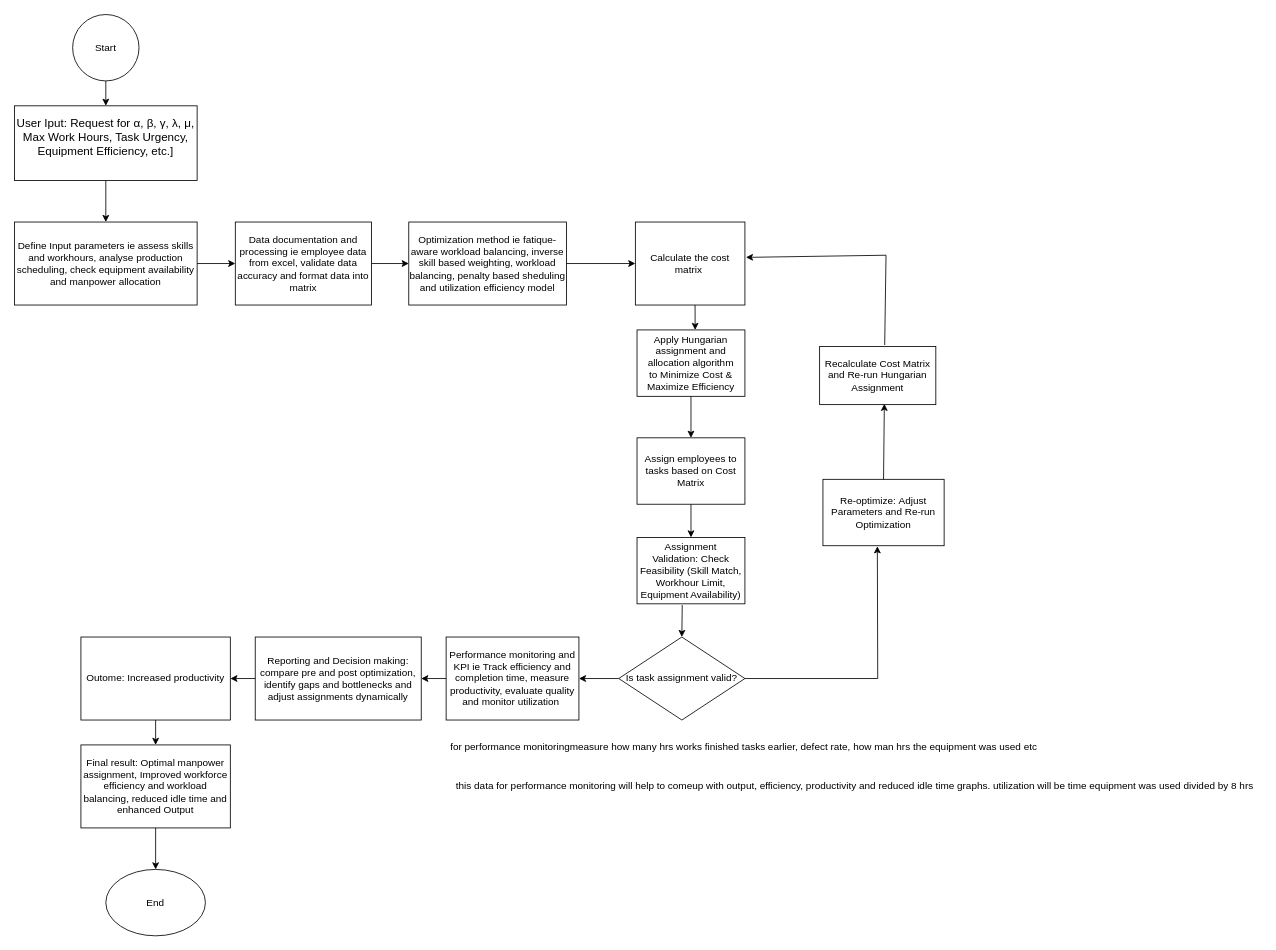
mataragerald/manpower-optimization keeps this draw.io diagram as Concept Model.drawio. Above is the earlier version. Source tidied: cells renumbered, new cells numbered last; positions are measured from the earlier drawing's top-left corner, leaving out a move shared by most shapes. Both pictures are drawn from the tidied source at 83%, with x=0, y=0 at pixel (14, 14).
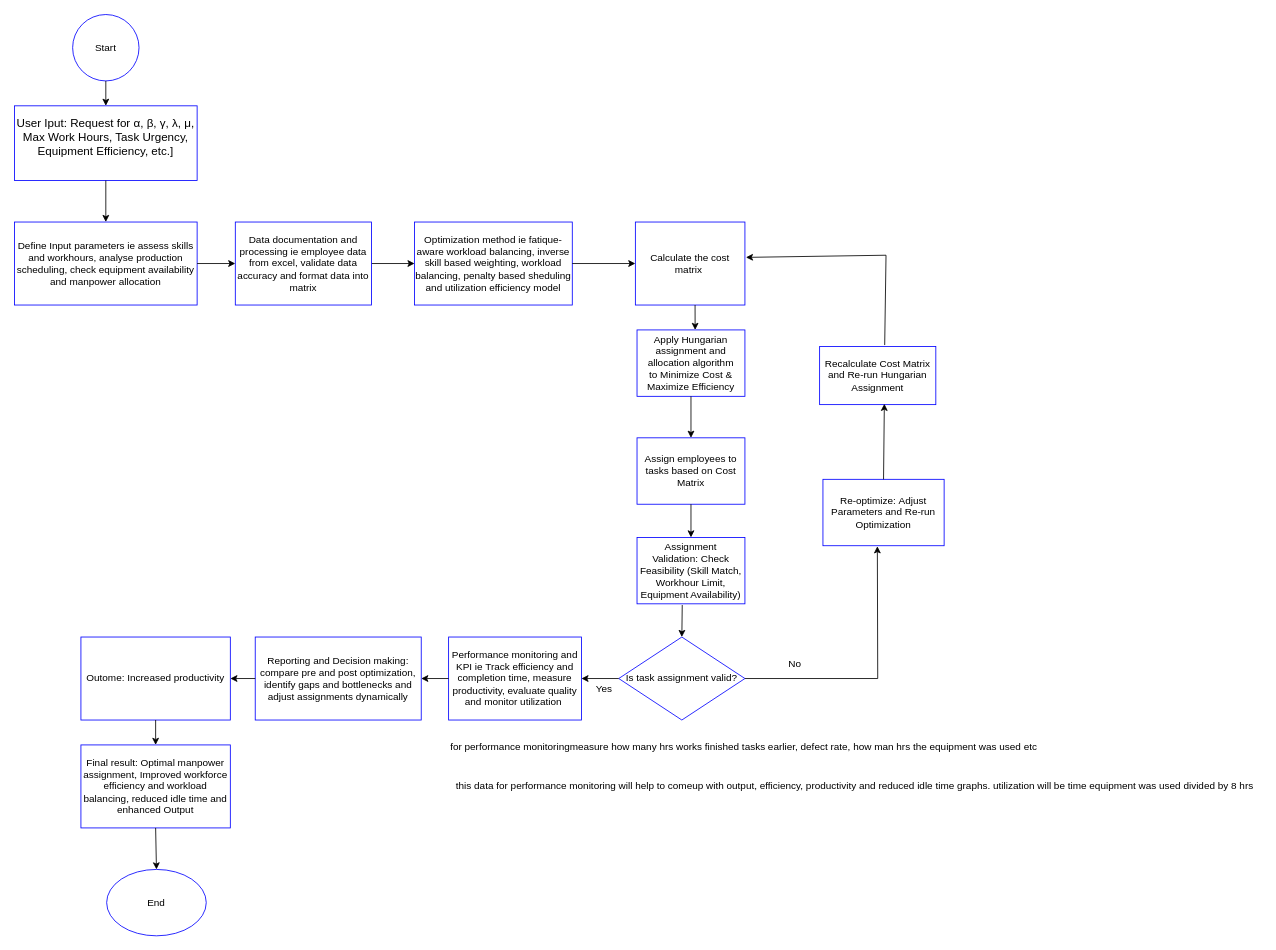
Above is the later version.

Commit message:
git commit -m"Updated concept model"

Diff of the diagram source:
```diff
@@
-    <mxCell id="2" value="Start" style="ellipse;whiteSpace=wrap;html=1;" parent="1" vertex="1">
+    <mxCell id="2" value="Start" style="ellipse;whiteSpace=wrap;html=1;strokeColor=#0000FF;" parent="1" vertex="1">
       <mxGeometry x="70" width="80" height="80" as="geometry" />
     </mxCell>
@@
-    <mxCell id="4" value="&lt;font style=&quot;font-size: 14px;&quot;&gt;User Iput: Request for&amp;nbsp;&lt;/font&gt;&lt;span style=&quot;background-color: transparent; font-size: 14px;&quot;&gt;α, β, γ, λ, μ, Max Work Hours, Task Urgency, Equipment Efficiency, etc.]&lt;/span&gt;&lt;div&gt;&lt;span style=&quot;background-color: transparent;&quot;&gt;&lt;br&gt;&lt;/span&gt;&lt;/div&gt;" style="rounded=0;whiteSpace=wrap;html=1;" parent="1" vertex="1">
+    <mxCell id="4" value="&lt;font style=&quot;font-size: 14px;&quot;&gt;User Iput: Request for&amp;nbsp;&lt;/font&gt;&lt;span style=&quot;background-color: transparent; font-size: 14px;&quot;&gt;α, β, γ, λ, μ, Max Work Hours, Task Urgency, Equipment Efficiency, etc.]&lt;/span&gt;&lt;div&gt;&lt;span style=&quot;background-color: transparent;&quot;&gt;&lt;br&gt;&lt;/span&gt;&lt;/div&gt;" style="rounded=0;whiteSpace=wrap;html=1;strokeColor=#0000FF;" parent="1" vertex="1">
       <mxGeometry y="110" width="220" height="90" as="geometry" />
     </mxCell>
-    <mxCell id="5" value="Define Input parameters ie assess skills and workhours, analyse production scheduling, check equipment availability and manpower allocation" style="rounded=0;whiteSpace=wrap;html=1;" parent="1" vertex="1">
+    <mxCell id="5" value="Define Input parameters ie assess skills and workhours, analyse production scheduling, check equipment availability and manpower allocation" style="rounded=0;whiteSpace=wrap;html=1;strokeColor=#0000FF;" parent="1" vertex="1">
       <mxGeometry y="250" width="220" height="100" as="geometry" />
     </mxCell>
@@
-    <mxCell id="7" value="Data documentation and processing ie employee data from excel, validate data accuracy and format data into matrix" style="rounded=0;whiteSpace=wrap;html=1;" parent="1" vertex="1">
+    <mxCell id="7" value="Data documentation and processing ie employee data from excel, validate data accuracy and format data into matrix" style="rounded=0;whiteSpace=wrap;html=1;strokeColor=#0000FF;" parent="1" vertex="1">
       <mxGeometry x="266" y="250" width="164" height="100" as="geometry" />
     </mxCell>
-    <mxCell id="8" value="Optimization method ie fatique-aware workload balancing, inverse skill based weighting, workload balancing, penalty based sheduling and utilization efficiency model" style="rounded=0;whiteSpace=wrap;html=1;" parent="1" vertex="1">
-      <mxGeometry x="475" y="250" width="190" height="100" as="geometry" />
+    <mxCell id="8" value="Optimization method ie fatique-aware workload balancing, inverse skill based weighting, workload balancing, penalty based sheduling and utilization efficiency model" style="rounded=0;whiteSpace=wrap;html=1;strokeColor=#0000FF;" parent="1" vertex="1">
+      <mxGeometry x="482" y="250" width="190" height="100" as="geometry" />
     </mxCell>
-    <mxCell id="9" value="Apply Hungarian assignment and allocation algorithm to&amp;nbsp;Minimize Cost &amp;amp; Maximize Efficiency" style="rounded=0;whiteSpace=wrap;html=1;" parent="1" vertex="1">
+    <mxCell id="9" value="Apply Hungarian assignment and allocation algorithm to&amp;nbsp;Minimize Cost &amp;amp; Maximize Efficiency" style="rounded=0;whiteSpace=wrap;html=1;strokeColor=#0000FF;" parent="1" vertex="1">
       <mxGeometry x="750" y="380" width="130" height="80" as="geometry" />
     </mxCell>
-    <mxCell id="10" value="Calculate the cost matrix&amp;nbsp;" style="rounded=0;whiteSpace=wrap;html=1;" parent="1" vertex="1">
+    <mxCell id="10" value="Calculate the cost matrix&amp;nbsp;" style="rounded=0;whiteSpace=wrap;html=1;strokeColor=#0000FF;" parent="1" vertex="1">
       <mxGeometry x="748" y="250" width="132" height="100" as="geometry" />
     </mxCell>
-    <mxCell id="11" value="Assign employees to tasks based on Cost Matrix" style="rounded=0;whiteSpace=wrap;html=1;" parent="1" vertex="1">
+    <mxCell id="11" value="Assign employees to tasks based on Cost Matrix" style="rounded=0;whiteSpace=wrap;html=1;strokeColor=#0000FF;" parent="1" vertex="1">
       <mxGeometry x="750" y="510" width="130" height="80" as="geometry" />
     </mxCell>
-    <mxCell id="12" value="Assignment Validation:&amp;nbsp;Check Feasibility (Skill Match, Workhour Limit, Equipment Availability)" style="rounded=0;whiteSpace=wrap;html=1;" parent="1" vertex="1">
+    <mxCell id="12" value="Assignment Validation:&amp;nbsp;Check Feasibility (Skill Match, Workhour Limit, Equipment Availability)" style="rounded=0;whiteSpace=wrap;html=1;strokeColor=#0000FF;" parent="1" vertex="1">
       <mxGeometry x="750" y="630" width="130" height="80" as="geometry" />
     </mxCell>
-    <mxCell id="13" value="Is task assignment valid?" style="rhombus;whiteSpace=wrap;html=1;" parent="1" vertex="1">
+    <mxCell id="13" value="Is task assignment valid?" style="rhombus;whiteSpace=wrap;html=1;strokeColor=#0000FF;" parent="1" vertex="1">
       <mxGeometry x="728" y="750" width="152" height="100" as="geometry" />
     </mxCell>
-    <mxCell id="14" value="Performance monitoring and KPI ie Track efficiency and completion time, measure productivity, evaluate quality and monitor utilization&amp;nbsp;" style="rounded=0;whiteSpace=wrap;html=1;" parent="1" vertex="1">
-      <mxGeometry x="520" y="750" width="160" height="100" as="geometry" />
+    <mxCell id="14" value="Performance monitoring and KPI ie Track efficiency and completion time, measure productivity, evaluate quality and monitor utilization&amp;nbsp;" style="rounded=0;whiteSpace=wrap;html=1;strokeColor=#0000FF;" parent="1" vertex="1">
+      <mxGeometry x="523" y="750" width="160" height="100" as="geometry" />
     </mxCell>
-    <mxCell id="15" value="Reporting and Decision making: compare pre and post optimization, identify gaps and bottlenecks and adjust assignments dynamically" style="rounded=0;whiteSpace=wrap;html=1;" parent="1" vertex="1">
+    <mxCell id="15" value="Reporting and Decision making: compare pre and post optimization, identify gaps and bottlenecks and adjust assignments dynamically" style="rounded=0;whiteSpace=wrap;html=1;strokeColor=#0000FF;" parent="1" vertex="1">
       <mxGeometry x="290" y="750" width="200" height="100" as="geometry" />
     </mxCell>
-    <mxCell id="16" value="Outome: Increased productivity" style="rounded=0;whiteSpace=wrap;html=1;" parent="1" vertex="1">
+    <mxCell id="16" value="Outome: Increased productivity" style="rounded=0;whiteSpace=wrap;html=1;strokeColor=#0000FF;" parent="1" vertex="1">
       <mxGeometry x="80" y="750" width="180" height="100" as="geometry" />
     </mxCell>
-    <mxCell id="17" value="End" style="ellipse;whiteSpace=wrap;html=1;" parent="1" vertex="1">
-      <mxGeometry x="110" y="1030" width="120" height="80" as="geometry" />
+    <mxCell id="17" value="End" style="ellipse;whiteSpace=wrap;html=1;strokeColor=#0000FF;" parent="1" vertex="1">
+      <mxGeometry x="111" y="1030" width="120" height="80" as="geometry" />
     </mxCell>
-    <mxCell id="18" value="Re-optimize:&amp;nbsp;Adjust Parameters and Re-run Optimization" style="rounded=0;whiteSpace=wrap;html=1;" parent="1" vertex="1">
+    <mxCell id="18" value="Re-optimize:&amp;nbsp;Adjust Parameters and Re-run Optimization" style="rounded=0;whiteSpace=wrap;html=1;strokeColor=#0000FF;" parent="1" vertex="1">
       <mxGeometry x="974" y="560" width="146" height="80" as="geometry" />
     </mxCell>
-    <mxCell id="19" value="Final result: Optimal manpower assignment, Improved workforce efficiency and workload balancing, reduced idle time and enhanced Output" style="rounded=0;whiteSpace=wrap;html=1;" parent="1" vertex="1">
+    <mxCell id="19" value="Final result: Optimal manpower assignment, Improved workforce efficiency and workload balancing, reduced idle time and enhanced Output" style="rounded=0;whiteSpace=wrap;html=1;strokeColor=#0000FF;" parent="1" vertex="1">
       <mxGeometry x="80" y="880" width="180" height="100" as="geometry" />
     </mxCell>
-    <mxCell id="20" value="Recalculate Cost Matrix and Re-run Hungarian Assignment" style="rounded=0;whiteSpace=wrap;html=1;" parent="1" vertex="1">
+    <mxCell id="20" value="Recalculate Cost Matrix and Re-run Hungarian Assignment" style="rounded=0;whiteSpace=wrap;html=1;strokeColor=#0000FF;" parent="1" vertex="1">
       <mxGeometry x="970" y="400" width="140" height="70" as="geometry" />
     </mxCell>
@@
+    <mxCell id="41" value="No" style="text;html=1;align=center;verticalAlign=middle;strokeColor=none;fillColor=none;" parent="1" vertex="1">
+      <mxGeometry x="920" y="768" width="40" height="30" as="geometry" />
+    </mxCell>
+    <mxCell id="42" value="Yes" style="text;html=1;align=center;verticalAlign=middle;strokeColor=none;fillColor=none;" parent="1" vertex="1">
+      <mxGeometry x="690" y="798" width="40" height="30" as="geometry" />
+    </mxCell>
```
